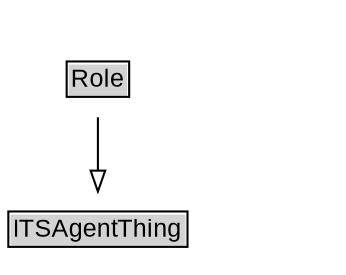
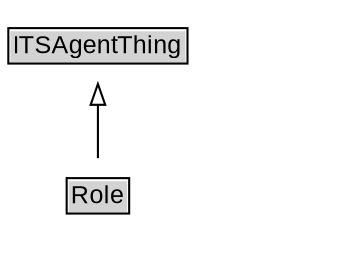
// Diagram for Role
digraph {
	graph [overlap=false rankdir=TB splines=true]
	node [fontname=Arial fontsize=12 margin=0 shape=none]
	edge [fontname=Arial fontsize=11]
+ 	{
+ 		rank=source
+ 		ITSAgentThing [label=<<TABLE BORDER="1" CELLBORDER="0" CELLSPACING="0" CELLPADDING="1"><TR><TD BGCOLOR="lightgray" ALIGN="CENTER">ITSAgentThing</TD></TR></TABLE>> URL="../ITSAgentThing" margin=0]
+ 	}
	Role [label=<<TABLE BORDER="1" CELLBORDER="0" CELLSPACING="0" CELLPADDING="1"><TR><TD BGCOLOR="lightgray" ALIGN="CENTER">Role</TD></TR></TABLE>> URL="../Role" margin=0]
	{
		rank=max
	}
	subgraph cluster_associated {
		label="" style=invis
		Invis [label=<<TABLE BORDER="0" CELLBORDER="0" CELLSPACING="0" CELLPADDING="1"><TR><TD></TD></TR></TABLE>> margin=0 style=invis]
	}
- 	ITSAgentThing [label=<<TABLE BORDER="1" CELLBORDER="0" CELLSPACING="0" CELLPADDING="1"><TR><TD BGCOLOR="lightgray" ALIGN="CENTER">ITSAgentThing</TD></TR></TABLE>> URL="../ITSAgentThing" margin=0]
	Role -> ITSAgentThing [arrowhead=onormal style=solid]
}
